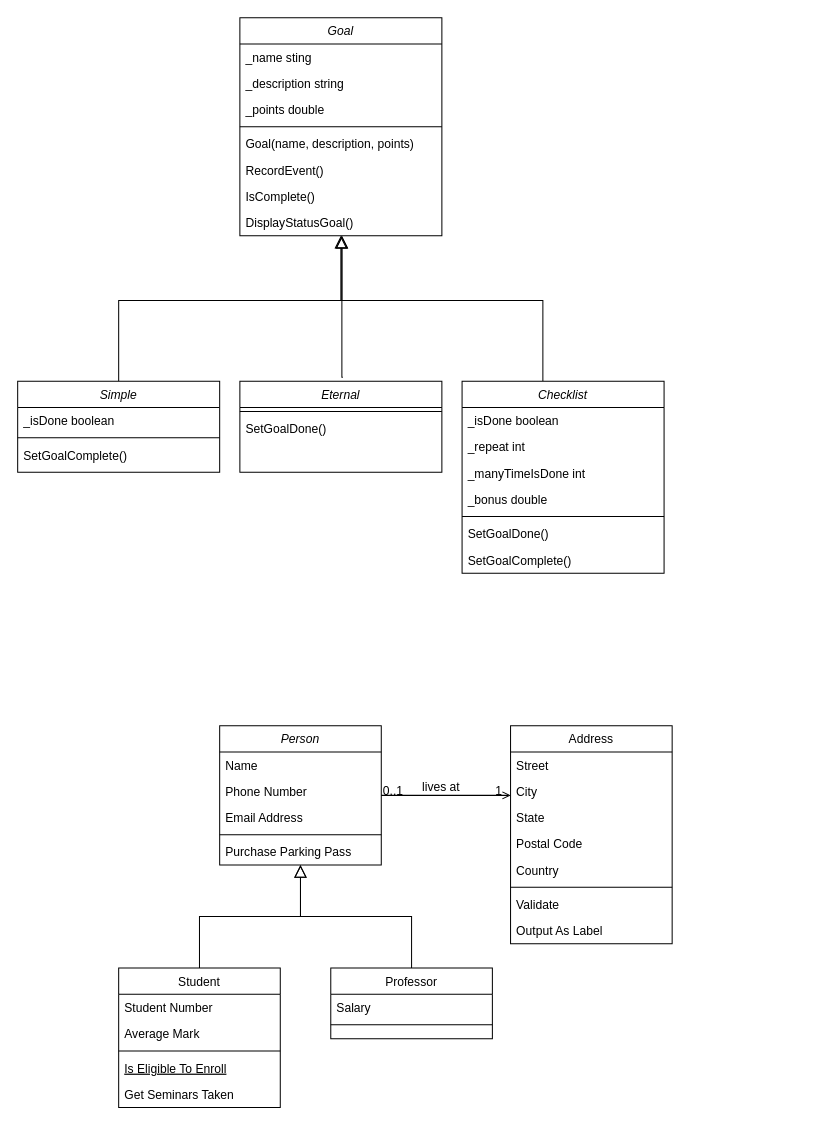
The draw.io diagram assets/EternalQuestProgram.drawio in neorgon/cse210-hw, before the edit. Source tidied: cells renumbered, new cells numbered last; positions are measured from the earlier drawing's top-left corner, leaving out a move shared by most shapes. Both pictures are drawn from the tidied source at 101%, with x=0, y=0 at pixel (17, 17).
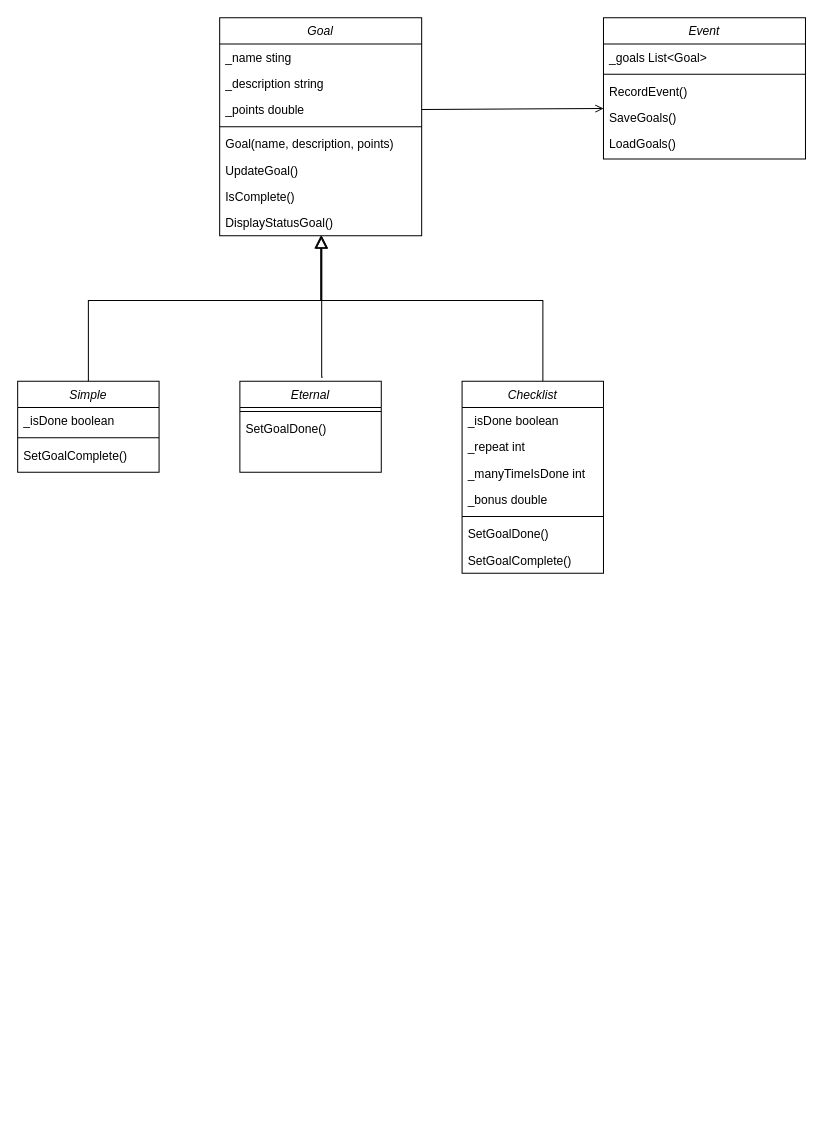
The same diagram, later.

Commit message:
Add class Event

The change refers to these unchanged cells:
```xml
<mxCell id="35" value="_points double" style="text;align=left;verticalAlign=top;spacingLeft=4;spacingRight=4;overflow=hidden;points=[[0,0.5],[1,0.5]];portConstraint=eastwest;rounded=0;shadow=0;html=0;" parent="32" vertex="1">
  <mxGeometry y="78" width="200" height="26" as="geometry" />
</mxCell>
```

What changed in the source:
```diff
@@
-    <mxCell id="2" value="Person" style="swimlane;fontStyle=2;align=center;verticalAlign=top;horizontal=1;startSize=26;rounded=0;shadow=0;strokeWidth=1;" parent="1" vertex="1">
-      <mxGeometry x="200" y="701" width="160" height="138" as="geometry" />
-    </mxCell>
-    <mxCell id="3" value="Name" style="text;align=left;verticalAlign=top;spacingLeft=4;spacingRight=4;overflow=hidden;" parent="2" vertex="1">
-      <mxGeometry y="26" width="160" height="26" as="geometry" />
-    </mxCell>
-    <mxCell id="4" value="Phone Number" style="text;align=left;verticalAlign=top;spacingLeft=4;spacingRight=4;overflow=hidden;rounded=0;shadow=0;html=0;" parent="2" vertex="1">
-      <mxGeometry y="52" width="160" height="26" as="geometry" />
-    </mxCell>
-    <mxCell id="5" value="Email Address" style="text;align=left;verticalAlign=top;spacingLeft=4;spacingRight=4;overflow=hidden;rounded=0;shadow=0;html=0;" parent="2" vertex="1">
-      <mxGeometry y="78" width="160" height="26" as="geometry" />
-    </mxCell>
-    <mxCell id="6" style="line;html=1;strokeWidth=1;align=left;verticalAlign=middle;spacingTop=-1;spacingLeft=3;spacingRight=3;labelPosition=right;" parent="2" vertex="1">
-      <mxGeometry y="104" width="160" height="8" as="geometry" />
-    </mxCell>
-    <mxCell id="7" value="Purchase Parking Pass" style="text;align=left;verticalAlign=top;spacingLeft=4;spacingRight=4;overflow=hidden;" parent="2" vertex="1">
-      <mxGeometry y="112" width="160" height="26" as="geometry" />
-    </mxCell>
-    <mxCell id="8" value="Student" style="swimlane;fontStyle=0;align=center;verticalAlign=top;horizontal=1;startSize=26;rounded=0;shadow=0;strokeWidth=1;" parent="1" vertex="1">
-      <mxGeometry x="100" y="941" width="160" height="138" as="geometry" />
-    </mxCell>
-    <mxCell id="9" value="Student Number" style="text;align=left;verticalAlign=top;spacingLeft=4;spacingRight=4;overflow=hidden;" parent="8" vertex="1">
-      <mxGeometry y="26" width="160" height="26" as="geometry" />
-    </mxCell>
-    <mxCell id="10" value="Average Mark" style="text;align=left;verticalAlign=top;spacingLeft=4;spacingRight=4;overflow=hidden;rounded=0;shadow=0;html=0;" parent="8" vertex="1">
-      <mxGeometry y="52" width="160" height="26" as="geometry" />
-    </mxCell>
-    <mxCell id="11" style="line;html=1;strokeWidth=1;align=left;verticalAlign=middle;spacingTop=-1;spacingLeft=3;spacingRight=3;labelPosition=right;" parent="8" vertex="1">
-      <mxGeometry y="78" width="160" height="8" as="geometry" />
-    </mxCell>
-    <mxCell id="12" value="Is Eligible To Enroll" style="text;align=left;verticalAlign=top;spacingLeft=4;spacingRight=4;overflow=hidden;fontStyle=4;" parent="8" vertex="1">
-      <mxGeometry y="86" width="160" height="26" as="geometry" />
-    </mxCell>
-    <mxCell id="13" value="Get Seminars Taken" style="text;align=left;verticalAlign=top;spacingLeft=4;spacingRight=4;overflow=hidden;" parent="8" vertex="1">
-      <mxGeometry y="112" width="160" height="26" as="geometry" />
-    </mxCell>
-    <mxCell id="14" style="endArrow=block;endSize=10;endFill=0;shadow=0;strokeWidth=1;rounded=0;edgeStyle=elbowEdgeStyle;elbow=vertical;" parent="1" edge="1" source="8" target="2">
-      <mxGeometry relative="1" as="geometry" />
-    </mxCell>
-    <mxCell id="15" value="Professor" style="swimlane;fontStyle=0;align=center;verticalAlign=top;horizontal=1;startSize=26;rounded=0;shadow=0;strokeWidth=1;" parent="1" vertex="1">
-      <mxGeometry x="310" y="941" width="160" height="70" as="geometry" />
-    </mxCell>
-    <mxCell id="16" value="Salary" style="text;align=left;verticalAlign=top;spacingLeft=4;spacingRight=4;overflow=hidden;" parent="15" vertex="1">
-      <mxGeometry y="26" width="160" height="26" as="geometry" />
-    </mxCell>
-    <mxCell id="17" style="line;html=1;strokeWidth=1;align=left;verticalAlign=middle;spacingTop=-1;spacingLeft=3;spacingRight=3;labelPosition=right;" parent="15" vertex="1">
-      <mxGeometry y="52" width="160" height="8" as="geometry" />
-    </mxCell>
-    <mxCell id="18" style="endArrow=block;endSize=10;endFill=0;shadow=0;strokeWidth=1;rounded=0;edgeStyle=elbowEdgeStyle;elbow=vertical;" parent="1" edge="1" source="15" target="2">
-      <mxGeometry relative="1" as="geometry" />
-    </mxCell>
-    <mxCell id="19" value="Address" style="swimlane;fontStyle=0;align=center;verticalAlign=top;horizontal=1;startSize=26;rounded=0;shadow=0;strokeWidth=1;" parent="1" vertex="1">
-      <mxGeometry x="488" y="701" width="160" height="216" as="geometry" />
-    </mxCell>
-    <mxCell id="20" value="Street" style="text;align=left;verticalAlign=top;spacingLeft=4;spacingRight=4;overflow=hidden;" parent="19" vertex="1">
-      <mxGeometry y="26" width="160" height="26" as="geometry" />
-    </mxCell>
-    <mxCell id="21" value="City" style="text;align=left;verticalAlign=top;spacingLeft=4;spacingRight=4;overflow=hidden;rounded=0;shadow=0;html=0;" parent="19" vertex="1">
-      <mxGeometry y="52" width="160" height="26" as="geometry" />
-    </mxCell>
-    <mxCell id="22" value="State" style="text;align=left;verticalAlign=top;spacingLeft=4;spacingRight=4;overflow=hidden;rounded=0;shadow=0;html=0;" parent="19" vertex="1">
-      <mxGeometry y="78" width="160" height="26" as="geometry" />
-    </mxCell>
-    <mxCell id="23" value="Postal Code" style="text;align=left;verticalAlign=top;spacingLeft=4;spacingRight=4;overflow=hidden;rounded=0;shadow=0;html=0;" parent="19" vertex="1">
-      <mxGeometry y="104" width="160" height="26" as="geometry" />
-    </mxCell>
-    <mxCell id="24" value="Country" style="text;align=left;verticalAlign=top;spacingLeft=4;spacingRight=4;overflow=hidden;rounded=0;shadow=0;html=0;" parent="19" vertex="1">
-      <mxGeometry y="130" width="160" height="26" as="geometry" />
-    </mxCell>
-    <mxCell id="25" style="line;html=1;strokeWidth=1;align=left;verticalAlign=middle;spacingTop=-1;spacingLeft=3;spacingRight=3;labelPosition=right;" parent="19" vertex="1">
-      <mxGeometry y="156" width="160" height="8" as="geometry" />
-    </mxCell>
-    <mxCell id="26" value="Validate" style="text;align=left;verticalAlign=top;spacingLeft=4;spacingRight=4;overflow=hidden;" parent="19" vertex="1">
-      <mxGeometry y="164" width="160" height="26" as="geometry" />
-    </mxCell>
-    <mxCell id="27" value="Output As Label" style="text;align=left;verticalAlign=top;spacingLeft=4;spacingRight=4;overflow=hidden;" parent="19" vertex="1">
-      <mxGeometry y="190" width="160" height="26" as="geometry" />
-    </mxCell>
-    <mxCell id="28" style="endArrow=open;shadow=0;strokeWidth=1;rounded=0;endFill=1;edgeStyle=elbowEdgeStyle;elbow=vertical;" parent="1" edge="1" source="2" target="19">
-      <mxGeometry x="0.5" y="41" relative="1" as="geometry">
-        <mxPoint x="-40" y="32" as="offset" />
-      </mxGeometry>
-    </mxCell>
-    <mxCell id="29" value="0..1" style="align=left;verticalAlign=bottom;labelBackgroundColor=none;fontSize=12;" parent="28" vertex="1">
-      <mxGeometry x="-1" relative="1" as="geometry">
-        <mxPoint y="4" as="offset" />
-      </mxGeometry>
-    </mxCell>
-    <mxCell id="30" value="1" style="align=right;verticalAlign=bottom;labelBackgroundColor=none;fontSize=12;" parent="28" vertex="1">
-      <mxGeometry x="1" relative="1" as="geometry">
-        <mxPoint x="-7" y="4" as="offset" />
-      </mxGeometry>
-    </mxCell>
-    <mxCell id="31" value="lives at" style="text;html=1;align=center;verticalAlign=middle;labelBackgroundColor=none;rounded=0;shadow=0;strokeWidth=1;fontSize=12;" parent="28" vertex="1">
-      <mxGeometry x="0.5" y="49" relative="1" as="geometry">
-        <mxPoint x="-38" y="40" as="offset" />
-      </mxGeometry>
-    </mxCell>
     <mxCell id="32" value="Goal" style="swimlane;fontStyle=2;align=center;verticalAlign=top;horizontal=1;startSize=26;rounded=0;shadow=0;strokeWidth=1;" parent="1" vertex="1">
-      <mxGeometry x="220" width="200" height="216" as="geometry" />
+      <mxGeometry x="200" width="200" height="216" as="geometry" />
     </mxCell>
@@
-    <mxCell id="38" value="RecordEvent()" style="text;align=left;verticalAlign=top;spacingLeft=4;spacingRight=4;overflow=hidden;" parent="32" vertex="1">
+    <mxCell id="38" value="UpdateGoal()" style="text;align=left;verticalAlign=top;spacingLeft=4;spacingRight=4;overflow=hidden;" parent="32" vertex="1">
       <mxGeometry y="138" width="200" height="26" as="geometry" />
     </mxCell>
@@
     <mxCell id="42" value="Simple" style="swimlane;fontStyle=2;align=center;verticalAlign=top;horizontal=1;startSize=26;rounded=0;shadow=0;strokeWidth=1;" parent="1" vertex="1">
-      <mxGeometry y="360" width="200" height="90" as="geometry" />
+      <mxGeometry y="360" width="140" height="90" as="geometry" />
     </mxCell>
     <mxCell id="43" value="_isDone boolean" style="text;align=left;verticalAlign=top;spacingLeft=4;spacingRight=4;overflow=hidden;" parent="42" vertex="1">
-      <mxGeometry y="26" width="200" height="26" as="geometry" />
+      <mxGeometry y="26" width="140" height="26" as="geometry" />
     </mxCell>
     <mxCell id="44" style="line;html=1;strokeWidth=1;align=left;verticalAlign=middle;spacingTop=-1;spacingLeft=3;spacingRight=3;labelPosition=right;" parent="42" vertex="1">
-      <mxGeometry y="52" width="200" height="8" as="geometry" />
+      <mxGeometry y="52" width="140" height="8" as="geometry" />
     </mxCell>
     <mxCell id="45" value="SetGoalComplete()" style="text;align=left;verticalAlign=top;spacingLeft=4;spacingRight=4;overflow=hidden;" parent="42" vertex="1">
-      <mxGeometry y="60" width="200" height="26" as="geometry" />
+      <mxGeometry y="60" width="140" height="26" as="geometry" />
     </mxCell>
     <mxCell id="46" style="edgeStyle=orthogonalEdgeStyle;rounded=0;orthogonalLoop=1;jettySize=auto;html=1;endSize=10;endArrow=block;endFill=0;exitX=0.5;exitY=0;exitDx=0;exitDy=0;" parent="1" edge="1">
       <mxGeometry relative="1" as="geometry">
-        <mxPoint x="322" y="356" as="sourcePoint" />
-        <mxPoint x="321" y="216" as="targetPoint" />
+        <mxPoint x="302" y="356" as="sourcePoint" />
+        <mxPoint x="301" y="216" as="targetPoint" />
         <Array as="points">
-          <mxPoint x="321" y="356" />
+          <mxPoint x="301" y="356" />
         </Array>
       </mxGeometry>
     </mxCell>
     <mxCell id="47" value="Eternal" style="swimlane;fontStyle=2;align=center;verticalAlign=top;horizontal=1;startSize=26;rounded=0;shadow=0;strokeWidth=1;" parent="1" vertex="1">
-      <mxGeometry x="220" y="360" width="200" height="90" as="geometry" />
+      <mxGeometry x="220" y="360" width="140" height="90" as="geometry" />
     </mxCell>
     <mxCell id="48" style="line;html=1;strokeWidth=1;align=left;verticalAlign=middle;spacingTop=-1;spacingLeft=3;spacingRight=3;labelPosition=right;" parent="47" vertex="1">
-      <mxGeometry y="26" width="200" height="8" as="geometry" />
+      <mxGeometry y="26" width="140" height="8" as="geometry" />
     </mxCell>
     <mxCell id="49" value="SetGoalDone()" style="text;align=left;verticalAlign=top;spacingLeft=4;spacingRight=4;overflow=hidden;" parent="47" vertex="1">
-      <mxGeometry y="34" width="200" height="26" as="geometry" />
+      <mxGeometry y="34" width="140" height="26" as="geometry" />
     </mxCell>
@@
     <mxCell id="51" value="Checklist" style="swimlane;fontStyle=2;align=center;verticalAlign=top;horizontal=1;startSize=26;rounded=0;shadow=0;strokeWidth=1;" parent="1" vertex="1">
-      <mxGeometry x="440" y="360" width="200" height="190" as="geometry" />
+      <mxGeometry x="440" y="360" width="140" height="190" as="geometry" />
     </mxCell>
     <mxCell id="52" value="_isDone boolean" style="text;align=left;verticalAlign=top;spacingLeft=4;spacingRight=4;overflow=hidden;" parent="51" vertex="1">
-      <mxGeometry y="26" width="200" height="26" as="geometry" />
+      <mxGeometry y="26" width="140" height="26" as="geometry" />
     </mxCell>
     <mxCell id="53" value="_repeat int" style="text;align=left;verticalAlign=top;spacingLeft=4;spacingRight=4;overflow=hidden;" parent="51" vertex="1">
-      <mxGeometry y="52" width="200" height="26" as="geometry" />
+      <mxGeometry y="52" width="140" height="26" as="geometry" />
     </mxCell>
     <mxCell id="54" value="_manyTimeIsDone int" style="text;align=left;verticalAlign=top;spacingLeft=4;spacingRight=4;overflow=hidden;" parent="51" vertex="1">
-      <mxGeometry y="78" width="200" height="26" as="geometry" />
+      <mxGeometry y="78" width="140" height="26" as="geometry" />
     </mxCell>
     <mxCell id="55" value="_bonus double" style="text;align=left;verticalAlign=top;spacingLeft=4;spacingRight=4;overflow=hidden;" parent="51" vertex="1">
-      <mxGeometry y="104" width="200" height="26" as="geometry" />
+      <mxGeometry y="104" width="140" height="26" as="geometry" />
     </mxCell>
     <mxCell id="56" style="line;html=1;strokeWidth=1;align=left;verticalAlign=middle;spacingTop=-1;spacingLeft=3;spacingRight=3;labelPosition=right;" parent="51" vertex="1">
-      <mxGeometry y="130" width="200" height="8" as="geometry" />
+      <mxGeometry y="130" width="140" height="8" as="geometry" />
     </mxCell>
     <mxCell id="57" value="SetGoalDone()" style="text;align=left;verticalAlign=top;spacingLeft=4;spacingRight=4;overflow=hidden;" parent="51" vertex="1">
-      <mxGeometry y="138" width="200" height="26" as="geometry" />
+      <mxGeometry y="138" width="140" height="26" as="geometry" />
     </mxCell>
     <mxCell id="58" value="SetGoalComplete()" style="text;align=left;verticalAlign=top;spacingLeft=4;spacingRight=4;overflow=hidden;" parent="51" vertex="1">
-      <mxGeometry y="164" width="200" height="26" as="geometry" />
+      <mxGeometry y="164" width="140" height="26" as="geometry" />
     </mxCell>
+    <mxCell id="59" value="Event" style="swimlane;fontStyle=2;align=center;verticalAlign=top;horizontal=1;startSize=26;rounded=0;shadow=0;strokeWidth=1;" parent="1" vertex="1">
+      <mxGeometry x="580" width="200" height="140" as="geometry" />
+    </mxCell>
+    <mxCell id="60" value="_goals List&lt;Goal&gt;" style="text;align=left;verticalAlign=top;spacingLeft=4;spacingRight=4;overflow=hidden;" parent="59" vertex="1">
+      <mxGeometry y="26" width="200" height="26" as="geometry" />
+    </mxCell>
+    <mxCell id="61" style="line;html=1;strokeWidth=1;align=left;verticalAlign=middle;spacingTop=-1;spacingLeft=3;spacingRight=3;labelPosition=right;" parent="59" vertex="1">
+      <mxGeometry y="52" width="200" height="8" as="geometry" />
+    </mxCell>
+    <mxCell id="62" value="RecordEvent()" style="text;align=left;verticalAlign=top;spacingLeft=4;spacingRight=4;overflow=hidden;" parent="59" vertex="1">
+      <mxGeometry y="60" width="200" height="26" as="geometry" />
+    </mxCell>
+    <mxCell id="63" value="SaveGoals()" style="text;align=left;verticalAlign=top;spacingLeft=4;spacingRight=4;overflow=hidden;" parent="59" vertex="1">
+      <mxGeometry y="86" width="200" height="26" as="geometry" />
+    </mxCell>
+    <mxCell id="64" value="LoadGoals()" style="text;align=left;verticalAlign=top;spacingLeft=4;spacingRight=4;overflow=hidden;" parent="59" vertex="1">
+      <mxGeometry y="112" width="200" height="26" as="geometry" />
+    </mxCell>
+    <mxCell id="65" style="edgeStyle=orthogonalEdgeStyle;rounded=0;jettySize=auto;html=1;exitX=1;exitY=0.5;exitDx=0;exitDy=0;endArrow=open;endFill=0;" parent="1" edge="1" source="35">
+      <mxGeometry relative="1" as="geometry">
+        <mxPoint x="580" y="90" as="targetPoint" />
+        <Array as="points">
+          <mxPoint x="580" y="91" />
+        </Array>
+      </mxGeometry>
+    </mxCell>
```
